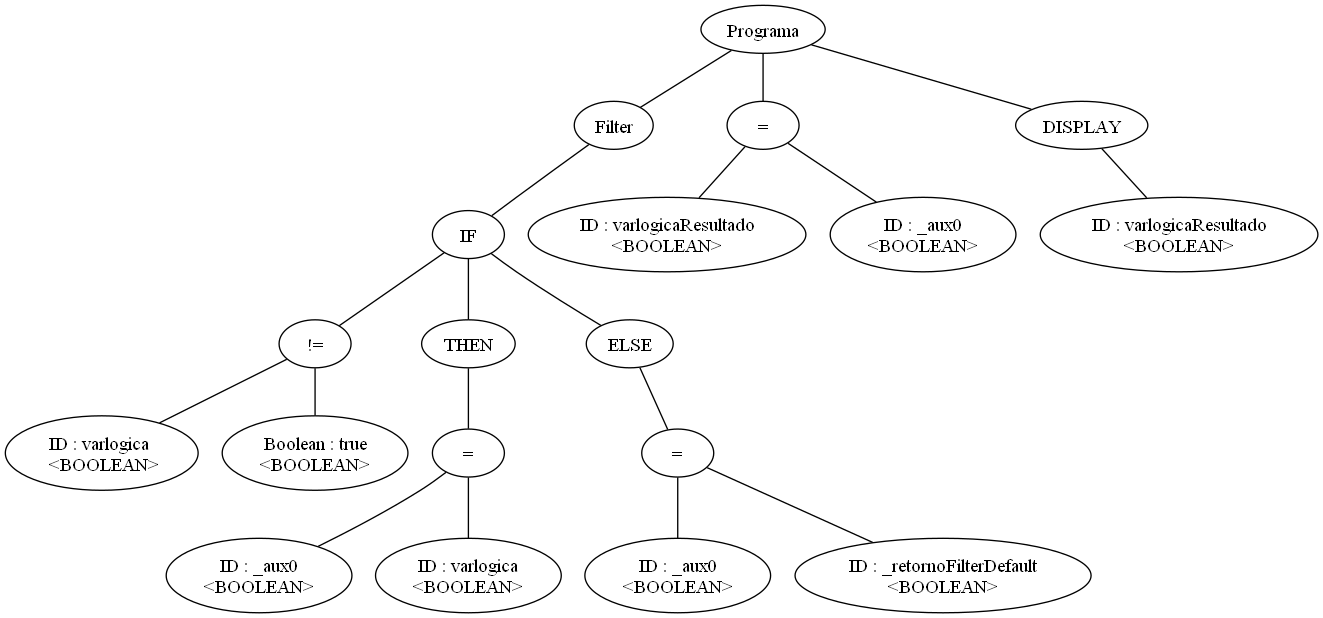
Earlier version of the Graphviz export arbol.png (leandroprios/compilador). Its source is kept beside it as arbol.dot.
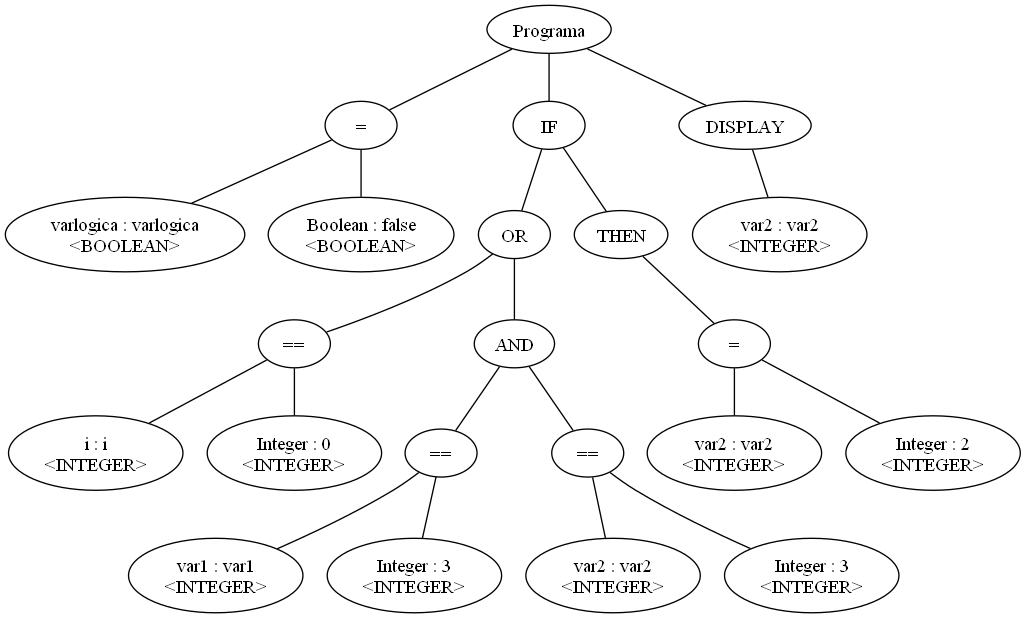
The same file after the commit.

Change to the diagram source:
```diff
@@ -1,39 +1,44 @@
-graph G {nodo_973966548[label="Programa"]
-nodo_1135577805[label="Filter"]
-nodo_973966548--nodo_1135577805
-nodo_1556129942[label="IF"]
-nodo_1135577805--nodo_1556129942
-nodo_2084912489[label="!="]
-nodo_1556129942--nodo_2084912489
-nodo_720921881[label="ID : varlogica
- <BOOLEAN>"]
-nodo_2084912489--nodo_720921881
-nodo_364804969[label="Boolean : true\n<BOOLEAN>"]
-nodo_2084912489--nodo_364804969
-nodo_1290007888[label="="]
-nodo_594481717--nodo_1290007888
-nodo_429402064[label="ID : _aux0\n<BOOLEAN>"]
-nodo_1290007888--nodo_429402064
-nodo_1889618263[label="ID : varlogica\n<BOOLEAN>"]
-nodo_1290007888--nodo_1889618263
-nodo_1556129942--nodo_594481717
-nodo_594481717[label="THEN"]
-nodo_1556129942--nodo_935245419
-nodo_935245419[label="ELSE"]
-nodo_379719961[label="="]
-nodo_935245419--nodo_379719961
-nodo_1169698792[label="ID : _aux0\n<BOOLEAN>"]
-nodo_379719961--nodo_1169698792
-nodo_491136552[label="ID : _retornoFilterDefault\n<BOOLEAN>"]
-nodo_379719961--nodo_491136552
-nodo_1742159654[label="="]
-nodo_973966548--nodo_1742159654
-nodo_1643888668[label="ID : varlogicaResultado\n<BOOLEAN>"]
-nodo_1742159654--nodo_1643888668
-nodo_1706583204[label="ID : _aux0\n<BOOLEAN>"]
-nodo_1742159654--nodo_1706583204
-nodo_1239640413[label="DISPLAY"]
-nodo_973966548--nodo_1239640413
-nodo_387141960[label="ID : varlogicaResultado\n<BOOLEAN>"]
-nodo_1239640413--nodo_387141960
+graph G {nodo_72714197[label="Programa"]
+nodo_1340597973[label="="]
+nodo_72714197--nodo_1340597973
+nodo_222971267[label="varlogica : varlogica\n<BOOLEAN>"]
+nodo_1340597973--nodo_222971267
+nodo_621351120[label="Boolean : false\n<BOOLEAN>"]
+nodo_1340597973--nodo_621351120
+nodo_1812686715[label="IF"]
+nodo_72714197--nodo_1812686715
+nodo_480961889[label="OR"]
+nodo_1812686715--nodo_480961889
+nodo_1125371178[label="=="]
+nodo_480961889--nodo_1125371178
+nodo_779213320[label="i : i\n<INTEGER>"]
+nodo_1125371178--nodo_779213320
+nodo_435568642[label="Integer : 0\n<INTEGER>"]
+nodo_1125371178--nodo_435568642
+nodo_1388064688[label="AND"]
+nodo_480961889--nodo_1388064688
+nodo_253481552[label="=="]
+nodo_1388064688--nodo_253481552
+nodo_798681121[label="var1 : var1\n<INTEGER>"]
+nodo_253481552--nodo_798681121
+nodo_80169856[label="Integer : 3\n<INTEGER>"]
+nodo_253481552--nodo_80169856
+nodo_926233863[label="=="]
+nodo_1388064688--nodo_926233863
+nodo_1718483171[label="var2 : var2\n<INTEGER>"]
+nodo_926233863--nodo_1718483171
+nodo_508481519[label="Integer : 3\n<INTEGER>"]
+nodo_926233863--nodo_508481519
+nodo_1055430890[label="="]
+nodo_482547779--nodo_1055430890
+nodo_927716660[label="var2 : var2\n<INTEGER>"]
+nodo_1055430890--nodo_927716660
+nodo_1603425669[label="Integer : 2\n<INTEGER>"]
+nodo_1055430890--nodo_1603425669
+nodo_1812686715--nodo_482547779
+nodo_482547779[label="THEN"]
+nodo_669394686[label="DISPLAY"]
+nodo_72714197--nodo_669394686
+nodo_1572066592[label="var2 : var2\n<INTEGER>"]
+nodo_669394686--nodo_1572066592
 }
```
